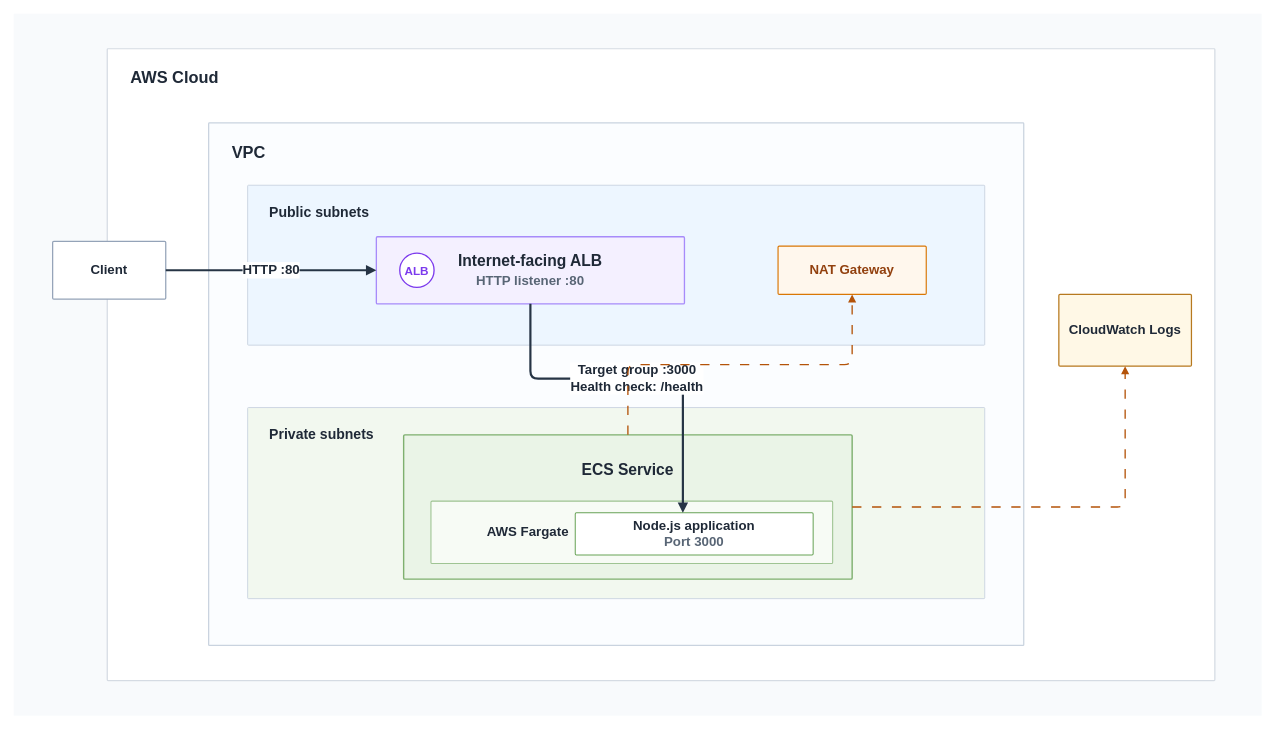
This is diagram/containerized-web-app.drawio from hongzz0618/aws-containerized-web-app, a draw.io file, before an edit. Source tidied: cells renumbered, new cells numbered last; positions are measured from the earlier drawing's top-left corner, leaving out a move shared by most shapes. Both pictures are drawn from the tidied source at 78%, with x=0, y=0 at pixel (13, 13).
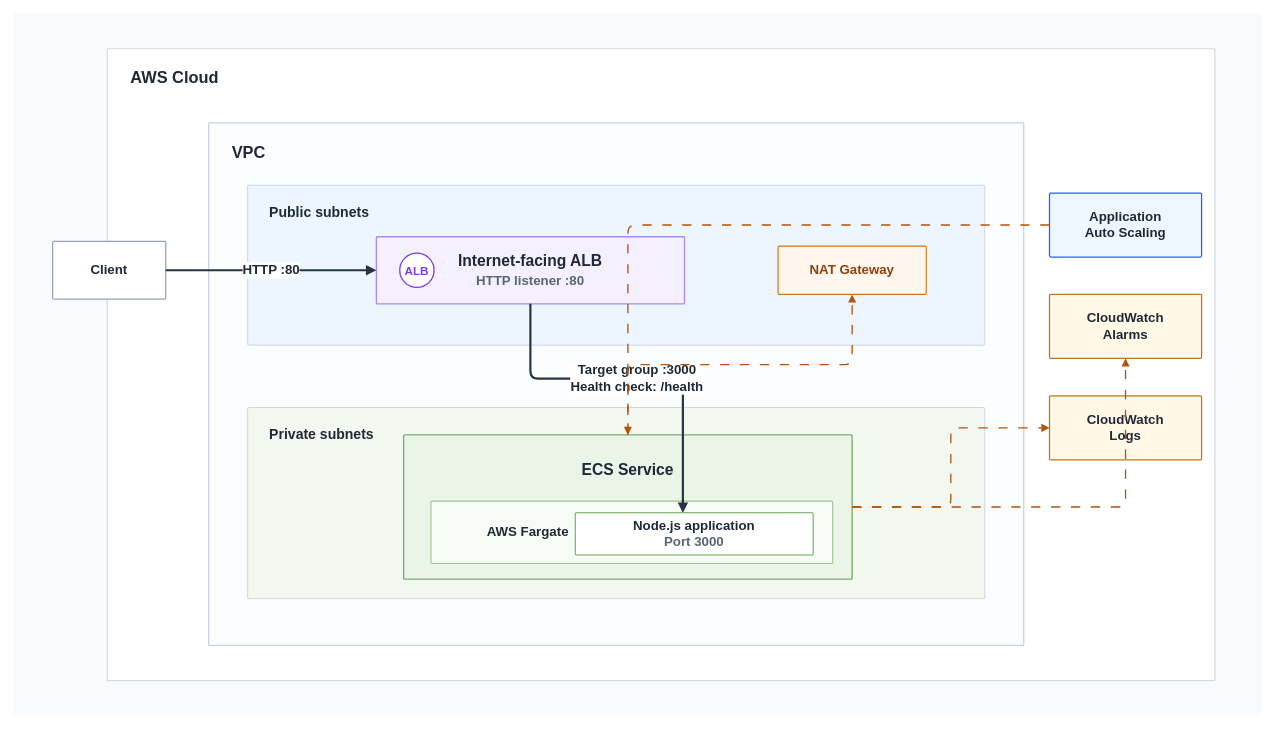
After the change.

Commit message (it also covers changes not shown here):
docs: document container scaling and operations

The change refers to these unchanged cells:
```xml
<mxCell id="3" value="AWS Cloud" style="rounded=1;whiteSpace=wrap;html=1;arcSize=2;absoluteArcSize=1;strokeColor=#d5dbe3;strokeWidth=1.6;fillColor=#ffffff;fontColor=#1f2937;fontSize=21;fontStyle=1;verticalAlign=top;align=left;spacingLeft=28;spacingTop=18;" parent="1" vertex="1">
  <mxGeometry x="120" y="45" width="1420" height="810" as="geometry" />
</mxCell>
<mxCell id="10" value="ECS Service" style="rounded=1;whiteSpace=wrap;html=1;arcSize=3;absoluteArcSize=1;strokeColor=#7fb06f;strokeWidth=1.8;fillColor=#eaf4e7;fontColor=#1f2937;fontSize=20;fontStyle=1;verticalAlign=top;align=center;spacingTop=26;" parent="4" vertex="1">
  <mxGeometry x="250" y="400" width="575" height="185" as="geometry" />
</mxCell>
```

What changed in the source:
```diff
@@
+    <mxCell id="19" value="Application&lt;br&gt;Auto Scaling" style="rounded=1;whiteSpace=wrap;html=1;arcSize=3;absoluteArcSize=1;strokeColor=#2563eb;strokeWidth=1.6;fillColor=#eef7ff;fontColor=#1f2937;fontSize=17;fontStyle=1;verticalAlign=middle;align=center;" parent="3" vertex="1">
+      <mxGeometry x="1208" y="185" width="195" height="82" as="geometry" />
+    </mxCell>
+    <mxCell id="20" value="CloudWatch&lt;br&gt;Alarms" style="rounded=1;whiteSpace=wrap;html=1;arcSize=3;absoluteArcSize=1;strokeColor=#b7791f;strokeWidth=1.6;fillColor=#fff8e6;fontColor=#1f2937;fontSize=17;fontStyle=1;verticalAlign=middle;align=center;" parent="3" vertex="1">
+      <mxGeometry x="1208" y="315" width="195" height="82" as="geometry" />
+    </mxCell>
-    <mxCell id="13" value="CloudWatch Logs" style="rounded=1;whiteSpace=wrap;html=1;arcSize=3;absoluteArcSize=1;strokeColor=#b7791f;strokeWidth=1.6;fillColor=#fff8e6;fontColor=#1f2937;fontSize=17;fontStyle=1;verticalAlign=middle;align=center;" parent="3" vertex="1">
-      <mxGeometry x="1220" y="315" width="170" height="92" as="geometry" />
+    <mxCell id="13" value="CloudWatch&lt;br&gt;Logs" style="rounded=1;whiteSpace=wrap;html=1;arcSize=3;absoluteArcSize=1;strokeColor=#b7791f;strokeWidth=1.6;fillColor=#fff8e6;fontColor=#1f2937;fontSize=17;fontStyle=1;verticalAlign=middle;align=center;" parent="3" vertex="1">
+      <mxGeometry x="1208" y="445" width="195" height="82" as="geometry" />
     </mxCell>
@@
+    <mxCell id="21" style="edgeStyle=orthogonalEdgeStyle;rounded=1;jettySize=auto;html=1;endArrow=block;endFill=1;strokeColor=#b45309;strokeWidth=1.7;dashed=1;dashPattern=7 8;" parent="3" edge="1" source="19" target="10">
+      <mxGeometry relative="1" as="geometry" />
+    </mxCell>
+    <mxCell id="22" style="edgeStyle=orthogonalEdgeStyle;rounded=1;jettySize=auto;html=1;endArrow=block;endFill=1;strokeColor=#b45309;strokeWidth=1.7;dashed=1;dashPattern=7 8;" parent="3" edge="1" source="10" target="20">
+      <mxGeometry relative="1" as="geometry" />
+    </mxCell>
```
